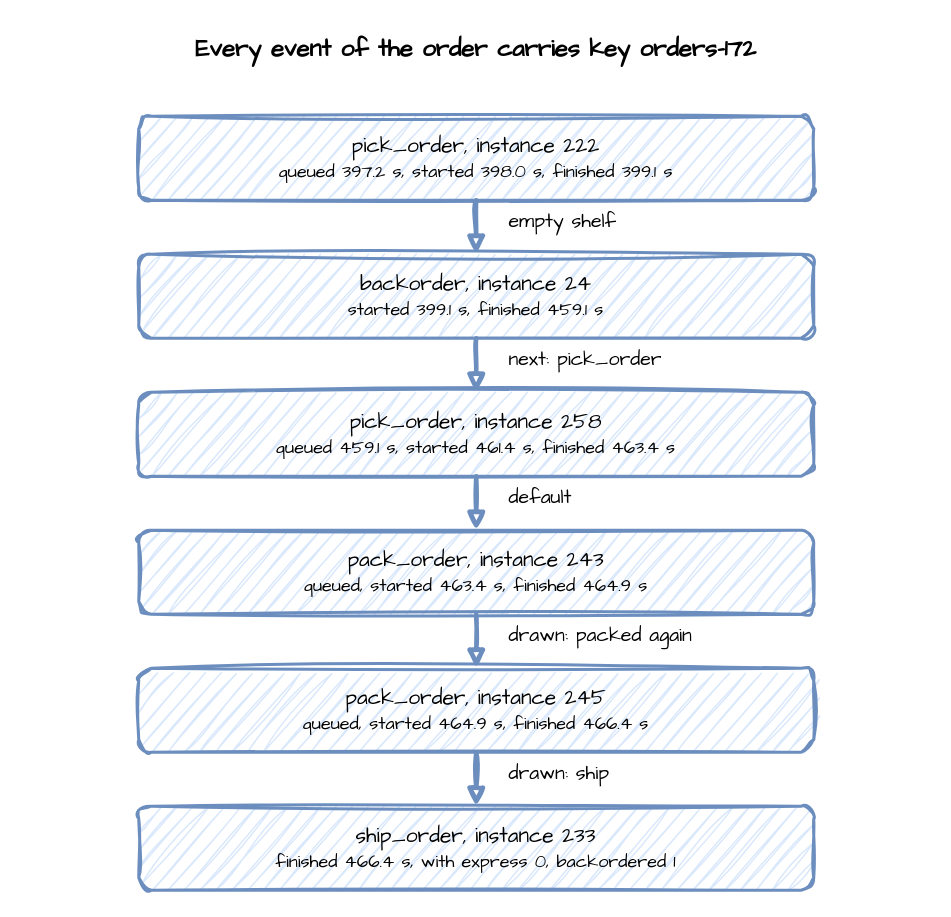
Earlier version of the draw.io diagram docs/assets/diagrams/entity-key-timeline.drawio (jaehyeon-kim/desflow). Source tidied: cells renumbered, new cells numbered last; positions are measured from the earlier drawing's top-left corner, leaving out a move shared by most shapes. Both pictures are drawn from the tidied source at 150%, with x=0, y=0 at pixel (26, 26).
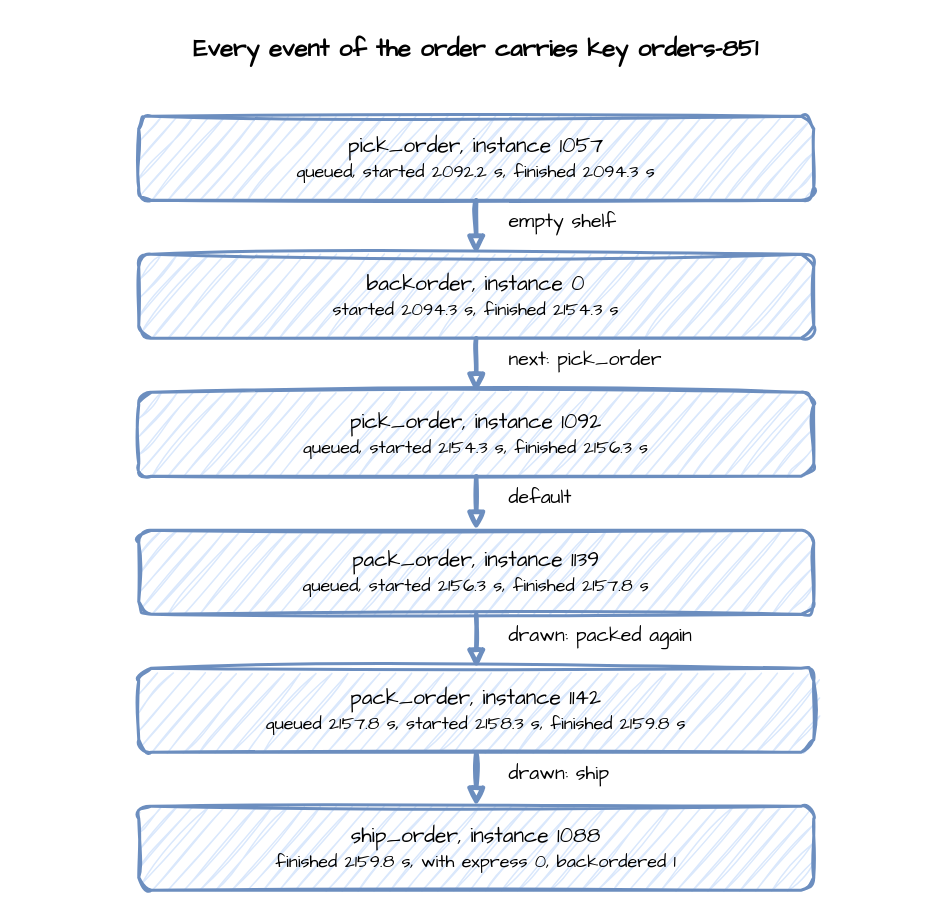
The same diagram, later.

The edit, as a diff of the source:
```diff
@@
 <mxGraphModel>
   <root>
     <mxCell id="0" />
     <mxCell id="1" parent="0" />
-    <mxCell id="2" value="Every event of the order carries key orders-172" style="text;html=1;align=center;verticalAlign=middle;whiteSpace=wrap;fontFamily=Comic Sans MS;fontSize=16;fontStyle=1;" parent="1" vertex="1">
+    <mxCell id="2" value="Every event of the order carries key orders-851" style="text;html=1;align=center;verticalAlign=middle;whiteSpace=wrap;fontFamily=Comic Sans MS;fontSize=16;fontStyle=1;" parent="1" vertex="1">
       <mxGeometry width="600" height="30" as="geometry" />
     </mxCell>
-    <mxCell id="3" value="pick_order, instance 222&lt;br&gt;&lt;font style='font-size:12px'&gt;queued 397.2 s, started 398.0 s, finished 399.1 s&lt;/font&gt;" style="rounded=1;whiteSpace=wrap;html=1;sketch=1;curveFitting=1;jiggle=2;fontFamily=Comic Sans MS;fontSize=14;fillColor=#dae8fc;strokeColor=#6c8ebf;strokeWidth=2;" parent="1" vertex="1">
+    <mxCell id="3" value="pick_order, instance 1057&lt;br&gt;&lt;font style='font-size:12px'&gt;queued, started 2092.2 s, finished 2094.3 s&lt;/font&gt;" style="rounded=1;whiteSpace=wrap;html=1;sketch=1;curveFitting=1;jiggle=2;fontFamily=Comic Sans MS;fontSize=14;fillColor=#dae8fc;strokeColor=#6c8ebf;strokeWidth=2;" parent="1" vertex="1">
       <mxGeometry x="75" y="60" width="450" height="56" as="geometry" />
     </mxCell>
-    <mxCell id="4" value="backorder, instance 24&lt;br&gt;&lt;font style='font-size:12px'&gt;started 399.1 s, finished 459.1 s&lt;/font&gt;" style="rounded=1;whiteSpace=wrap;html=1;sketch=1;curveFitting=1;jiggle=2;fontFamily=Comic Sans MS;fontSize=14;fillColor=#dae8fc;strokeColor=#6c8ebf;strokeWidth=2;" parent="1" vertex="1">
+    <mxCell id="4" value="backorder, instance 0&lt;br&gt;&lt;font style='font-size:12px'&gt;started 2094.3 s, finished 2154.3 s&lt;/font&gt;" style="rounded=1;whiteSpace=wrap;html=1;sketch=1;curveFitting=1;jiggle=2;fontFamily=Comic Sans MS;fontSize=14;fillColor=#dae8fc;strokeColor=#6c8ebf;strokeWidth=2;" parent="1" vertex="1">
       <mxGeometry x="75" y="152" width="450" height="56" as="geometry" />
     </mxCell>
     <mxCell id="5" style="edgeStyle=orthogonalEdgeStyle;rounded=0;sketch=1;html=1;strokeWidth=3;endArrow=block;strokeColor=#6c8ebf;fontFamily=Comic Sans MS;fontSize=13;labelBackgroundColor=#ffffff;exitX=0.5;exitY=1;exitDx=0;exitDy=0;entryX=0.5;entryY=0;entryDx=0;entryDy=0;" parent="1" edge="1" source="3" target="4">
       <mxGeometry relative="1" as="geometry" />
     </mxCell>
     <mxCell id="6" value="empty shelf" style="text;html=1;align=left;verticalAlign=middle;whiteSpace=wrap;fontFamily=Comic Sans MS;fontSize=13;" parent="1" vertex="1">
       <mxGeometry x="320" y="118" width="220" height="24" as="geometry" />
     </mxCell>
-    <mxCell id="7" value="pick_order, instance 258&lt;br&gt;&lt;font style='font-size:12px'&gt;queued 459.1 s, started 461.4 s, finished 463.4 s&lt;/font&gt;" style="rounded=1;whiteSpace=wrap;html=1;sketch=1;curveFitting=1;jiggle=2;fontFamily=Comic Sans MS;fontSize=14;fillColor=#dae8fc;strokeColor=#6c8ebf;strokeWidth=2;" parent="1" vertex="1">
+    <mxCell id="7" value="pick_order, instance 1092&lt;br&gt;&lt;font style='font-size:12px'&gt;queued, started 2154.3 s, finished 2156.3 s&lt;/font&gt;" style="rounded=1;whiteSpace=wrap;html=1;sketch=1;curveFitting=1;jiggle=2;fontFamily=Comic Sans MS;fontSize=14;fillColor=#dae8fc;strokeColor=#6c8ebf;strokeWidth=2;" parent="1" vertex="1">
       <mxGeometry x="75" y="244" width="450" height="56" as="geometry" />
     </mxCell>
     <mxCell id="8" style="edgeStyle=orthogonalEdgeStyle;rounded=0;sketch=1;html=1;strokeWidth=3;endArrow=block;strokeColor=#6c8ebf;fontFamily=Comic Sans MS;fontSize=13;labelBackgroundColor=#ffffff;exitX=0.5;exitY=1;exitDx=0;exitDy=0;entryX=0.5;entryY=0;entryDx=0;entryDy=0;" parent="1" edge="1" source="4" target="7">
       <mxGeometry relative="1" as="geometry" />
     </mxCell>
     <mxCell id="9" value="next: pick_order" style="text;html=1;align=left;verticalAlign=middle;whiteSpace=wrap;fontFamily=Comic Sans MS;fontSize=13;" parent="1" vertex="1">
       <mxGeometry x="320" y="210" width="220" height="24" as="geometry" />
     </mxCell>
-    <mxCell id="10" value="pack_order, instance 243&lt;br&gt;&lt;font style='font-size:12px'&gt;queued, started 463.4 s, finished 464.9 s&lt;/font&gt;" style="rounded=1;whiteSpace=wrap;html=1;sketch=1;curveFitting=1;jiggle=2;fontFamily=Comic Sans MS;fontSize=14;fillColor=#dae8fc;strokeColor=#6c8ebf;strokeWidth=2;" parent="1" vertex="1">
+    <mxCell id="10" value="pack_order, instance 1139&lt;br&gt;&lt;font style='font-size:12px'&gt;queued, started 2156.3 s, finished 2157.8 s&lt;/font&gt;" style="rounded=1;whiteSpace=wrap;html=1;sketch=1;curveFitting=1;jiggle=2;fontFamily=Comic Sans MS;fontSize=14;fillColor=#dae8fc;strokeColor=#6c8ebf;strokeWidth=2;" parent="1" vertex="1">
       <mxGeometry x="75" y="336" width="450" height="56" as="geometry" />
     </mxCell>
     <mxCell id="11" style="edgeStyle=orthogonalEdgeStyle;rounded=0;sketch=1;html=1;strokeWidth=3;endArrow=block;strokeColor=#6c8ebf;fontFamily=Comic Sans MS;fontSize=13;labelBackgroundColor=#ffffff;exitX=0.5;exitY=1;exitDx=0;exitDy=0;entryX=0.5;entryY=0;entryDx=0;entryDy=0;" parent="1" edge="1" source="7" target="10">
       <mxGeometry relative="1" as="geometry" />
     </mxCell>
     <mxCell id="12" value="default" style="text;html=1;align=left;verticalAlign=middle;whiteSpace=wrap;fontFamily=Comic Sans MS;fontSize=13;" parent="1" vertex="1">
       <mxGeometry x="320" y="302" width="220" height="24" as="geometry" />
     </mxCell>
-    <mxCell id="13" value="pack_order, instance 245&lt;br&gt;&lt;font style='font-size:12px'&gt;queued, started 464.9 s, finished 466.4 s&lt;/font&gt;" style="rounded=1;whiteSpace=wrap;html=1;sketch=1;curveFitting=1;jiggle=2;fontFamily=Comic Sans MS;fontSize=14;fillColor=#dae8fc;strokeColor=#6c8ebf;strokeWidth=2;" parent="1" vertex="1">
+    <mxCell id="13" value="pack_order, instance 1142&lt;br&gt;&lt;font style='font-size:12px'&gt;queued 2157.8 s, started 2158.3 s, finished 2159.8 s&lt;/font&gt;" style="rounded=1;whiteSpace=wrap;html=1;sketch=1;curveFitting=1;jiggle=2;fontFamily=Comic Sans MS;fontSize=14;fillColor=#dae8fc;strokeColor=#6c8ebf;strokeWidth=2;" parent="1" vertex="1">
       <mxGeometry x="75" y="428" width="450" height="56" as="geometry" />
     </mxCell>
     <mxCell id="14" style="edgeStyle=orthogonalEdgeStyle;rounded=0;sketch=1;html=1;strokeWidth=3;endArrow=block;strokeColor=#6c8ebf;fontFamily=Comic Sans MS;fontSize=13;labelBackgroundColor=#ffffff;exitX=0.5;exitY=1;exitDx=0;exitDy=0;entryX=0.5;entryY=0;entryDx=0;entryDy=0;" parent="1" edge="1" source="10" target="13">
       <mxGeometry relative="1" as="geometry" />
     </mxCell>
     <mxCell id="15" value="drawn: packed again" style="text;html=1;align=left;verticalAlign=middle;whiteSpace=wrap;fontFamily=Comic Sans MS;fontSize=13;" parent="1" vertex="1">
       <mxGeometry x="320" y="394" width="220" height="24" as="geometry" />
     </mxCell>
-    <mxCell id="16" value="ship_order, instance 233&lt;br&gt;&lt;font style='font-size:12px'&gt;finished 466.4 s, with express 0, backordered 1&lt;/font&gt;" style="rounded=1;whiteSpace=wrap;html=1;sketch=1;curveFitting=1;jiggle=2;fontFamily=Comic Sans MS;fontSize=14;fillColor=#dae8fc;strokeColor=#6c8ebf;strokeWidth=2;" parent="1" vertex="1">
+    <mxCell id="16" value="ship_order, instance 1088&lt;br&gt;&lt;font style='font-size:12px'&gt;finished 2159.8 s, with express 0, backordered 1&lt;/font&gt;" style="rounded=1;whiteSpace=wrap;html=1;sketch=1;curveFitting=1;jiggle=2;fontFamily=Comic Sans MS;fontSize=14;fillColor=#dae8fc;strokeColor=#6c8ebf;strokeWidth=2;" parent="1" vertex="1">
       <mxGeometry x="75" y="520" width="450" height="56" as="geometry" />
     </mxCell>
     <mxCell id="17" style="edgeStyle=orthogonalEdgeStyle;rounded=0;sketch=1;html=1;strokeWidth=3;endArrow=block;strokeColor=#6c8ebf;fontFamily=Comic Sans MS;fontSize=13;labelBackgroundColor=#ffffff;exitX=0.5;exitY=1;exitDx=0;exitDy=0;entryX=0.5;entryY=0;entryDx=0;entryDy=0;" parent="1" edge="1" source="13" target="16">
       <mxGeometry relative="1" as="geometry" />
     </mxCell>
     <mxCell id="18" value="drawn: ship" style="text;html=1;align=left;verticalAlign=middle;whiteSpace=wrap;fontFamily=Comic Sans MS;fontSize=13;" parent="1" vertex="1">
       <mxGeometry x="320" y="486" width="220" height="24" as="geometry" />
     </mxCell>
   </root>
 </mxGraphModel>
```
